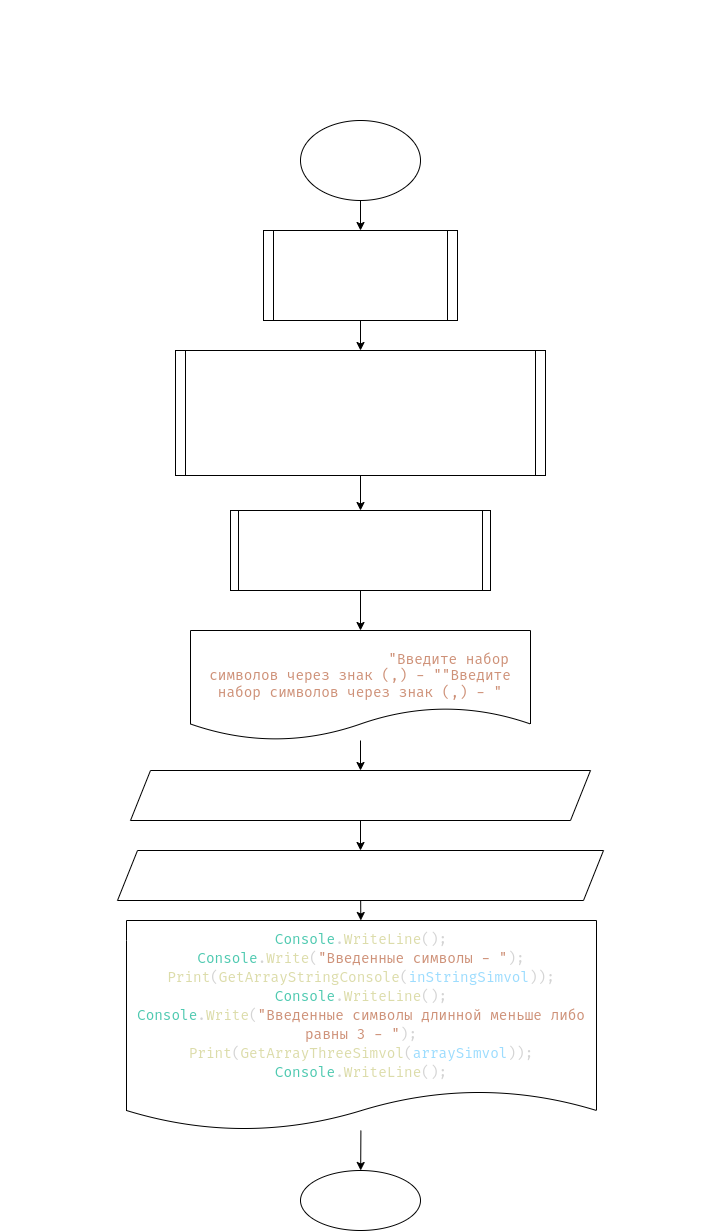
This is control_work_001.drawio.png from NikitaKoptelov/control_work_001, a draw.io export, as it was before one commit. Source tidied: cells renumbered, new cells last; positions are measured from the earlier drawing's top-left corner, leaving out a move shared by most shapes.
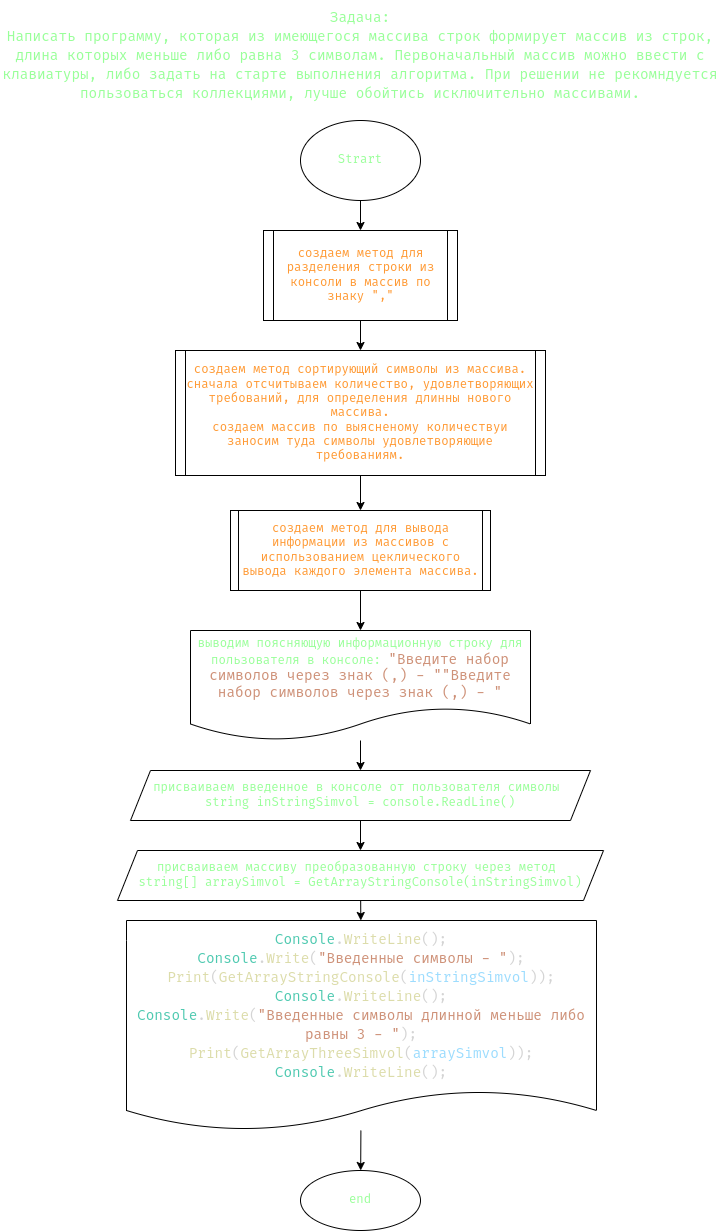
After the change.

Commit message:
заполненил файл диаграммы

Change to the diagram source:
```diff
@@ -2,49 +2,49 @@
   <root>
     <mxCell id="0" />
     <mxCell id="1" parent="0" />
-    <mxCell id="2" value="&lt;div style=&quot;font-size: 14px ; line-height: 19px&quot;&gt;&lt;div&gt;&lt;font color=&quot;#ffffff&quot;&gt;Задача:&lt;/font&gt;&lt;/div&gt;&lt;div&gt;&lt;font color=&quot;#ffffff&quot;&gt;Написать программу, которая из имеющегося массива строк формирует массив из строк,&lt;/font&gt;&lt;/div&gt;&lt;div&gt;&lt;font color=&quot;#ffffff&quot;&gt;длина которых меньше либо равна 3 символам. Первоначальный массив можно ввести с &lt;/font&gt;&lt;/div&gt;&lt;div&gt;&lt;font color=&quot;#ffffff&quot;&gt;клавиатуры, либо задать на старте выполнения алгоритма. При решении не рекомндуется&lt;/font&gt;&lt;/div&gt;&lt;div&gt;&lt;font color=&quot;#ffffff&quot;&gt;пользоваться коллекциями, лучше обойтись исключительно массивами.&lt;/font&gt;&lt;/div&gt;&lt;/div&gt;" style="text;html=1;strokeColor=none;fillColor=none;align=center;verticalAlign=middle;whiteSpace=wrap;rounded=0;fontFamily=Fira Code;" parent="1" vertex="1">
+    <mxCell id="2" value="&lt;div style=&quot;font-size: 14px ; line-height: 19px&quot;&gt;&lt;div&gt;&lt;font color=&quot;#99ff99&quot;&gt;Задача:&lt;/font&gt;&lt;/div&gt;&lt;div&gt;&lt;font color=&quot;#99ff99&quot;&gt;Написать программу, которая из имеющегося массива строк формирует массив из строк,&lt;/font&gt;&lt;/div&gt;&lt;div&gt;&lt;font color=&quot;#99ff99&quot;&gt;длина которых меньше либо равна 3 символам. Первоначальный массив можно ввести с &lt;/font&gt;&lt;/div&gt;&lt;div&gt;&lt;font color=&quot;#99ff99&quot;&gt;клавиатуры, либо задать на старте выполнения алгоритма. При решении не рекомндуется&lt;/font&gt;&lt;/div&gt;&lt;div&gt;&lt;font color=&quot;#99ff99&quot;&gt;пользоваться коллекциями, лучше обойтись исключительно массивами.&lt;/font&gt;&lt;/div&gt;&lt;/div&gt;" style="text;html=1;strokeColor=none;fillColor=none;align=center;verticalAlign=middle;whiteSpace=wrap;rounded=0;fontFamily=Fira Code;" parent="1" vertex="1">
       <mxGeometry width="720" height="110" as="geometry" />
     </mxCell>
     <mxCell id="3" style="edgeStyle=none;html=1;fontFamily=Fira Code;fontColor=#FFFFFF;" parent="1" edge="1" source="4" target="6">
       <mxGeometry relative="1" as="geometry" />
     </mxCell>
-    <mxCell id="4" value="Strart" style="ellipse;whiteSpace=wrap;html=1;labelBackgroundColor=none;fontColor=#FFFFFF;fontFamily=Fira Code;" parent="1" vertex="1">
+    <mxCell id="4" value="&lt;font color=&quot;#99ff99&quot;&gt;Strart&lt;/font&gt;" style="ellipse;whiteSpace=wrap;html=1;labelBackgroundColor=none;fontColor=#FFFFFF;fontFamily=Fira Code;" parent="1" vertex="1">
       <mxGeometry x="300" y="120" width="120" height="80" as="geometry" />
     </mxCell>
     <mxCell id="5" style="edgeStyle=none;html=1;fontFamily=Fira Code;fontColor=#FFFFFF;" parent="1" edge="1" source="6" target="8">
       <mxGeometry relative="1" as="geometry" />
     </mxCell>
-    <mxCell id="6" value="создаем метод для разделения строки из консоли в массив по знаку &quot;,&quot;&lt;br&gt;" style="shape=process;whiteSpace=wrap;html=1;backgroundOutline=1;fontFamily=Fira Code;fontColor=#FFFFFF;labelBackgroundColor=none;size=0.05;" parent="1" vertex="1">
+    <mxCell id="6" value="&lt;font color=&quot;#ff9933&quot;&gt;создаем метод для разделения строки из консоли в массив по знаку &quot;,&quot;&lt;/font&gt;" style="shape=process;whiteSpace=wrap;html=1;backgroundOutline=1;fontFamily=Fira Code;fontColor=#FFFFFF;labelBackgroundColor=none;size=0.05;" parent="1" vertex="1">
       <mxGeometry x="263" y="230" width="194" height="90" as="geometry" />
     </mxCell>
     <mxCell id="7" style="edgeStyle=none;html=1;fontFamily=Fira Code;fontColor=#FFFFFF;" parent="1" edge="1" source="8" target="10">
       <mxGeometry relative="1" as="geometry" />
     </mxCell>
-    <mxCell id="8" value="создаем метод сортирующий символы из массива.&lt;br&gt;сначала отсчитываем количество, удовлетворяющих требований, для определения длинны нового массива.&lt;br&gt;создаем массив по выясненому количествуи заносим туда символы удовлетворяющие требованиям." style="shape=process;whiteSpace=wrap;html=1;backgroundOutline=1;fontFamily=Fira Code;fontColor=#FFFFFF;labelBackgroundColor=none;size=0.0273972602739726;" parent="1" vertex="1">
+    <mxCell id="8" value="&lt;font color=&quot;#ff9933&quot;&gt;создаем метод сортирующий символы из массива.&lt;br&gt;сначала отсчитываем количество, удовлетворяющих требований, для определения длинны нового массива.&lt;br&gt;создаем массив по выясненому количествуи заносим туда символы удовлетворяющие требованиям.&lt;/font&gt;" style="shape=process;whiteSpace=wrap;html=1;backgroundOutline=1;fontFamily=Fira Code;fontColor=#FFFFFF;labelBackgroundColor=none;size=0.0273972602739726;" parent="1" vertex="1">
       <mxGeometry x="175" y="350" width="370" height="125" as="geometry" />
     </mxCell>
     <mxCell id="9" style="edgeStyle=none;html=1;fontFamily=Fira Code;fontColor=#FFFFFF;" parent="1" edge="1" source="10" target="12">
       <mxGeometry relative="1" as="geometry" />
     </mxCell>
-    <mxCell id="10" value="создаем метод для вывода информации из массивов с использованием цеклического вывода каждого элемента массива." style="shape=process;whiteSpace=wrap;html=1;backgroundOutline=1;fontFamily=Fira Code;fontColor=#FFFFFF;labelBackgroundColor=none;size=0.029411764705882353;" parent="1" vertex="1">
+    <mxCell id="10" value="&lt;font color=&quot;#ff9933&quot;&gt;создаем метод для вывода информации из массивов с использованием цеклического вывода каждого элемента массива.&lt;/font&gt;" style="shape=process;whiteSpace=wrap;html=1;backgroundOutline=1;fontFamily=Fira Code;fontColor=#FFFFFF;labelBackgroundColor=none;size=0.029411764705882353;" parent="1" vertex="1">
       <mxGeometry x="230" y="510" width="260" height="80" as="geometry" />
     </mxCell>
     <mxCell id="11" style="edgeStyle=none;html=1;fontFamily=Fira Code;fontColor=#FFFFFF;" parent="1" edge="1" source="12" target="14">
       <mxGeometry relative="1" as="geometry" />
     </mxCell>
-    <mxCell id="12" value="выводим поясняющую информационную строку для пользователя в консоле:&amp;nbsp;&lt;span style=&quot;color: rgb(206 , 145 , 120) ; font-family: &amp;#34;fira code&amp;#34; , &amp;#34;droid sans mono&amp;#34; , &amp;#34;monospace&amp;#34; , monospace ; font-size: 14px&quot;&gt;&quot;Введите набор символов через знак (,) - &quot;&lt;/span&gt;&lt;span style=&quot;color: rgb(206 , 145 , 120) ; font-family: &amp;#34;fira code&amp;#34; , &amp;#34;droid sans mono&amp;#34; , &amp;#34;monospace&amp;#34; , monospace ; font-size: 14px&quot;&gt;&quot;Введите набор символов через знак (,) - &quot;&lt;/span&gt;" style="shape=document;whiteSpace=wrap;html=1;boundedLbl=1;fontFamily=Fira Code;fontColor=#FFFFFF;labelBackgroundColor=none;" parent="1" vertex="1">
+    <mxCell id="12" value="&lt;font color=&quot;#99ff99&quot;&gt;выводим поясняющую информационную строку для пользователя в консоле:&lt;/font&gt;&amp;nbsp;&lt;span style=&quot;color: rgb(206 , 145 , 120) ; font-family: &amp;#34;fira code&amp;#34; , &amp;#34;droid sans mono&amp;#34; , &amp;#34;monospace&amp;#34; , monospace ; font-size: 14px&quot;&gt;&quot;Введите набор символов через знак (,) - &quot;&lt;/span&gt;&lt;span style=&quot;color: rgb(206 , 145 , 120) ; font-family: &amp;#34;fira code&amp;#34; , &amp;#34;droid sans mono&amp;#34; , &amp;#34;monospace&amp;#34; , monospace ; font-size: 14px&quot;&gt;&quot;Введите набор символов через знак (,) - &quot;&lt;/span&gt;" style="shape=document;whiteSpace=wrap;html=1;boundedLbl=1;fontFamily=Fira Code;fontColor=#FFFFFF;labelBackgroundColor=none;" parent="1" vertex="1">
       <mxGeometry x="190" y="630" width="340" height="110" as="geometry" />
     </mxCell>
     <mxCell id="13" style="edgeStyle=none;html=1;entryX=0.5;entryY=0;entryDx=0;entryDy=0;fontFamily=Fira Code;fontColor=#FFFFFF;" parent="1" edge="1" source="14" target="16">
       <mxGeometry relative="1" as="geometry" />
     </mxCell>
-    <mxCell id="14" value="присваиваем введенное в консоле от пользователя символы&amp;nbsp;&lt;br&gt;string inStringSimvol = console.ReadLine()" style="shape=parallelogram;perimeter=parallelogramPerimeter;whiteSpace=wrap;html=1;fixedSize=1;fontFamily=Fira Code;fontColor=#FFFFFF;labelBackgroundColor=none;" parent="1" vertex="1">
+    <mxCell id="14" value="&lt;font color=&quot;#99ff99&quot;&gt;присваиваем введенное в консоле от пользователя символы&amp;nbsp;&lt;br&gt;string inStringSimvol = console.ReadLine()&lt;/font&gt;" style="shape=parallelogram;perimeter=parallelogramPerimeter;whiteSpace=wrap;html=1;fixedSize=1;fontFamily=Fira Code;fontColor=#FFFFFF;labelBackgroundColor=none;" parent="1" vertex="1">
       <mxGeometry x="130" y="770" width="460" height="50" as="geometry" />
     </mxCell>
     <mxCell id="15" style="edgeStyle=none;html=1;fontFamily=Fira Code;fontColor=#FFFFFF;" parent="1" edge="1" source="16" target="18">
       <mxGeometry relative="1" as="geometry" />
     </mxCell>
-    <mxCell id="16" value="присваиваем массиву преобразованную строку через метод&amp;nbsp;&lt;br&gt;string[] arraySimvol = GetArrayStringConsole(inStringSimvol)" style="shape=parallelogram;perimeter=parallelogramPerimeter;whiteSpace=wrap;html=1;fixedSize=1;fontFamily=Fira Code;fontColor=#FFFFFF;labelBackgroundColor=none;" parent="1" vertex="1">
+    <mxCell id="16" value="&lt;font color=&quot;#99ff99&quot;&gt;присваиваем массиву преобразованную строку через метод&amp;nbsp;&lt;br&gt;string[] arraySimvol = GetArrayStringConsole(inStringSimvol)&lt;/font&gt;" style="shape=parallelogram;perimeter=parallelogramPerimeter;whiteSpace=wrap;html=1;fixedSize=1;fontFamily=Fira Code;fontColor=#FFFFFF;labelBackgroundColor=none;" parent="1" vertex="1">
       <mxGeometry x="117" y="850" width="486" height="50" as="geometry" />
     </mxCell>
     <mxCell id="17" style="edgeStyle=none;html=1;fontFamily=Fira Code;fontColor=#FFFFFF;" parent="1" edge="1" source="18" target="19">
@@ -53,7 +53,7 @@
     <mxCell id="18" value="&lt;div style=&quot;color: rgb(212 , 212 , 212) ; font-family: &amp;#34;fira code&amp;#34; , &amp;#34;droid sans mono&amp;#34; , &amp;#34;monospace&amp;#34; , monospace ; font-size: 14px ; line-height: 19px&quot;&gt;&lt;div&gt;&lt;span style=&quot;color: rgb(78 , 201 , 176)&quot;&gt;Console&lt;/span&gt;.&lt;span style=&quot;color: rgb(220 , 220 , 170)&quot;&gt;WriteLine&lt;/span&gt;();&lt;/div&gt;&lt;div&gt;&lt;span style=&quot;color: #4ec9b0&quot;&gt;Console&lt;/span&gt;.&lt;span style=&quot;color: #dcdcaa&quot;&gt;Write&lt;/span&gt;(&lt;span style=&quot;color: #ce9178&quot;&gt;&quot;Введенные символы - &quot;&lt;/span&gt;);&lt;/div&gt;&lt;div&gt;&lt;span style=&quot;color: #dcdcaa&quot;&gt;Print&lt;/span&gt;(&lt;span style=&quot;color: #dcdcaa&quot;&gt;GetArrayStringConsole&lt;/span&gt;(&lt;span style=&quot;color: #9cdcfe&quot;&gt;inStringSimvol&lt;/span&gt;));&lt;/div&gt;&lt;div&gt;&lt;span style=&quot;color: #4ec9b0&quot;&gt;Console&lt;/span&gt;.&lt;span style=&quot;color: #dcdcaa&quot;&gt;WriteLine&lt;/span&gt;();&lt;/div&gt;&lt;div&gt;&lt;span style=&quot;color: #4ec9b0&quot;&gt;Console&lt;/span&gt;.&lt;span style=&quot;color: #dcdcaa&quot;&gt;Write&lt;/span&gt;(&lt;span style=&quot;color: #ce9178&quot;&gt;&quot;Введенные символы длинной меньше либо равны 3 - &quot;&lt;/span&gt;);&lt;/div&gt;&lt;div&gt;&lt;span style=&quot;color: #dcdcaa&quot;&gt;Print&lt;/span&gt;(&lt;span style=&quot;color: #dcdcaa&quot;&gt;GetArrayThreeSimvol&lt;/span&gt;(&lt;span style=&quot;color: #9cdcfe&quot;&gt;arraySimvol&lt;/span&gt;));&lt;/div&gt;&lt;div&gt;&lt;span style=&quot;color: rgb(78 , 201 , 176)&quot;&gt;Console&lt;/span&gt;.&lt;span style=&quot;color: rgb(220 , 220 , 170)&quot;&gt;WriteLine&lt;/span&gt;();&lt;/div&gt;&lt;/div&gt;" style="shape=document;whiteSpace=wrap;html=1;boundedLbl=1;fontFamily=Fira Code;fontColor=#FFFFFF;labelBackgroundColor=none;size=0.19047619047619047;" parent="1" vertex="1">
       <mxGeometry x="126" y="920" width="470" height="210" as="geometry" />
     </mxCell>
-    <mxCell id="19" value="end" style="ellipse;whiteSpace=wrap;html=1;fontFamily=Fira Code;fontColor=#FFFFFF;labelBackgroundColor=none;" parent="1" vertex="1">
+    <mxCell id="19" value="&lt;font color=&quot;#99ff99&quot;&gt;end&lt;/font&gt;" style="ellipse;whiteSpace=wrap;html=1;fontFamily=Fira Code;fontColor=#FFFFFF;labelBackgroundColor=none;" parent="1" vertex="1">
       <mxGeometry x="300" y="1170" width="120" height="60" as="geometry" />
     </mxCell>
   </root>
```
